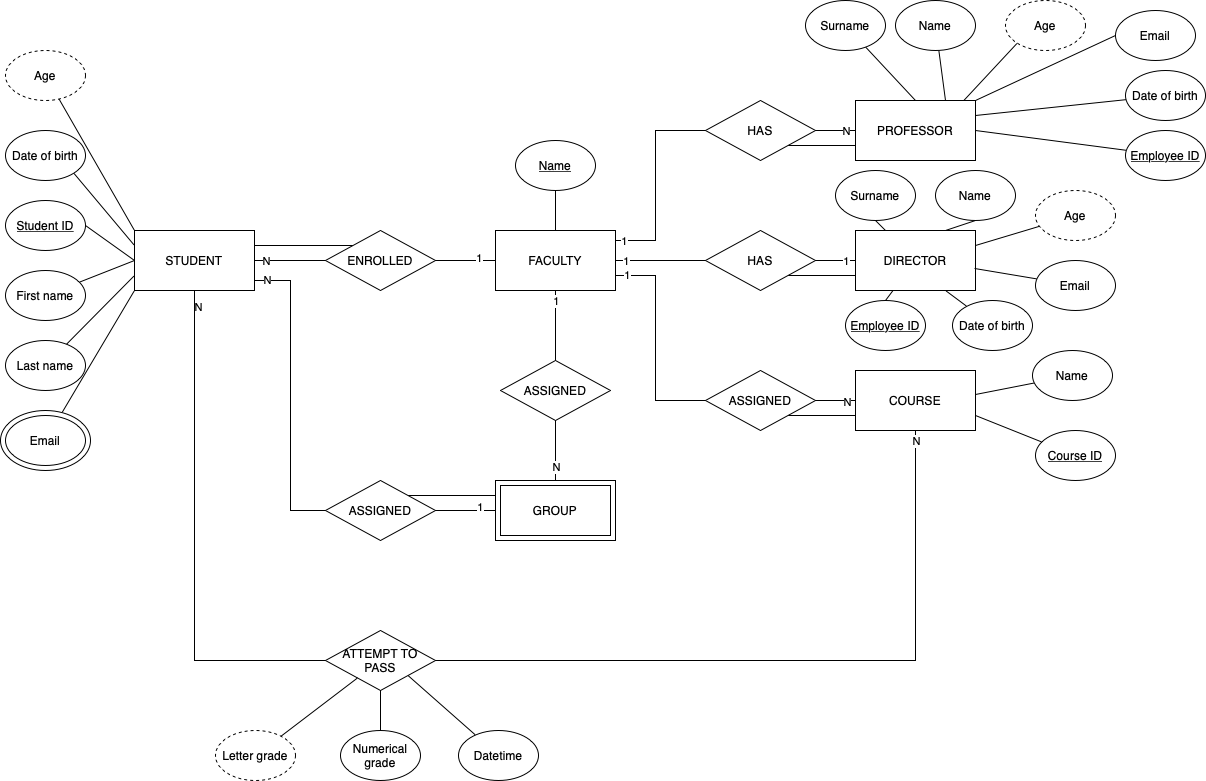
The draw.io diagram week02/Exercise1.png in art22m/S22-DataBases, before a commit. Source tidied: cells renumbered, new cells last; positions are measured from the earlier drawing's top-left corner, leaving out a move shared by most shapes.
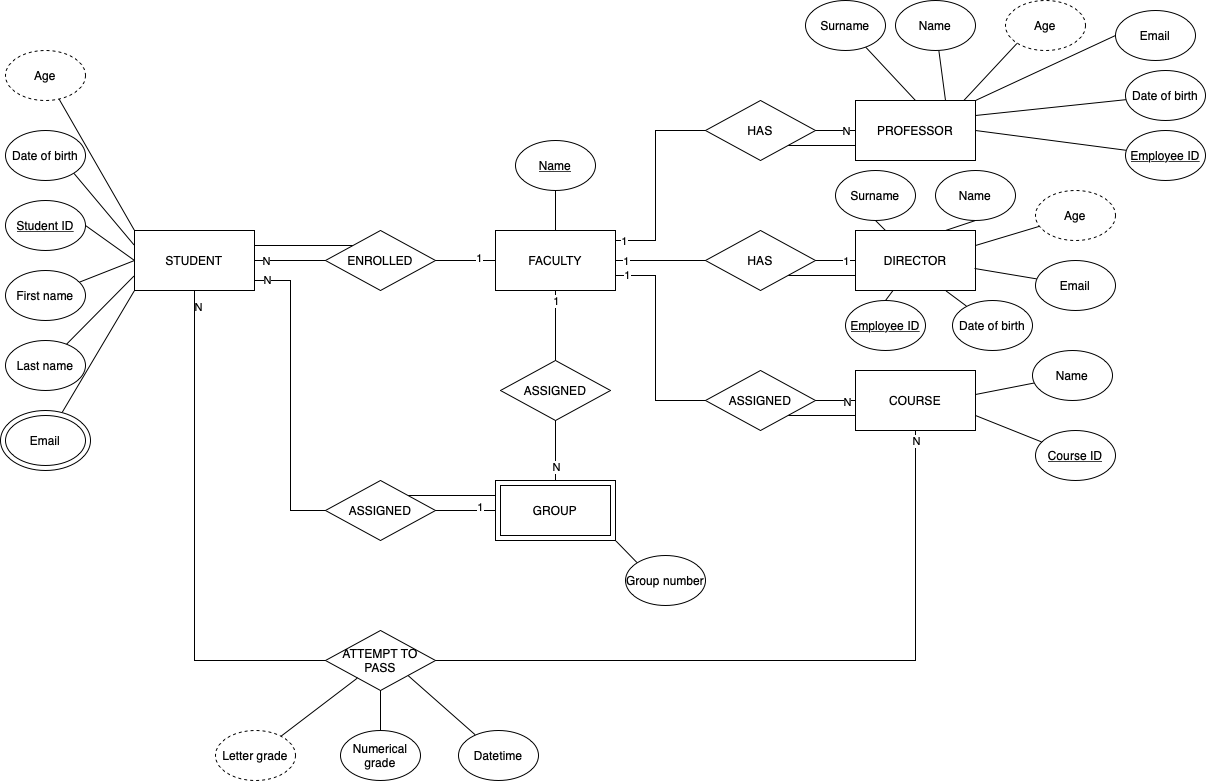
After the change.

The edit, as a diff of the source:
```diff
@@ -319,5 +319,11 @@
     <mxCell id="97" value="Datetime" style="ellipse;whiteSpace=wrap;html=1;" parent="1" vertex="1">
       <mxGeometry x="458" y="730" width="80" height="50" as="geometry" />
     </mxCell>
+    <mxCell id="98" style="edgeStyle=none;rounded=0;jettySize=auto;html=1;exitX=0;exitY=0;exitDx=0;exitDy=0;entryX=1;entryY=1;entryDx=0;entryDy=0;endArrow=none;endFill=0;" parent="1" edge="1" source="99" target="21">
+      <mxGeometry relative="1" as="geometry" />
+    </mxCell>
+    <mxCell id="99" value="Group number" style="ellipse;whiteSpace=wrap;html=1;" parent="1" vertex="1">
+      <mxGeometry x="625" y="555" width="80" height="50" as="geometry" />
+    </mxCell>
   </root>
 </mxGraphModel>
```
